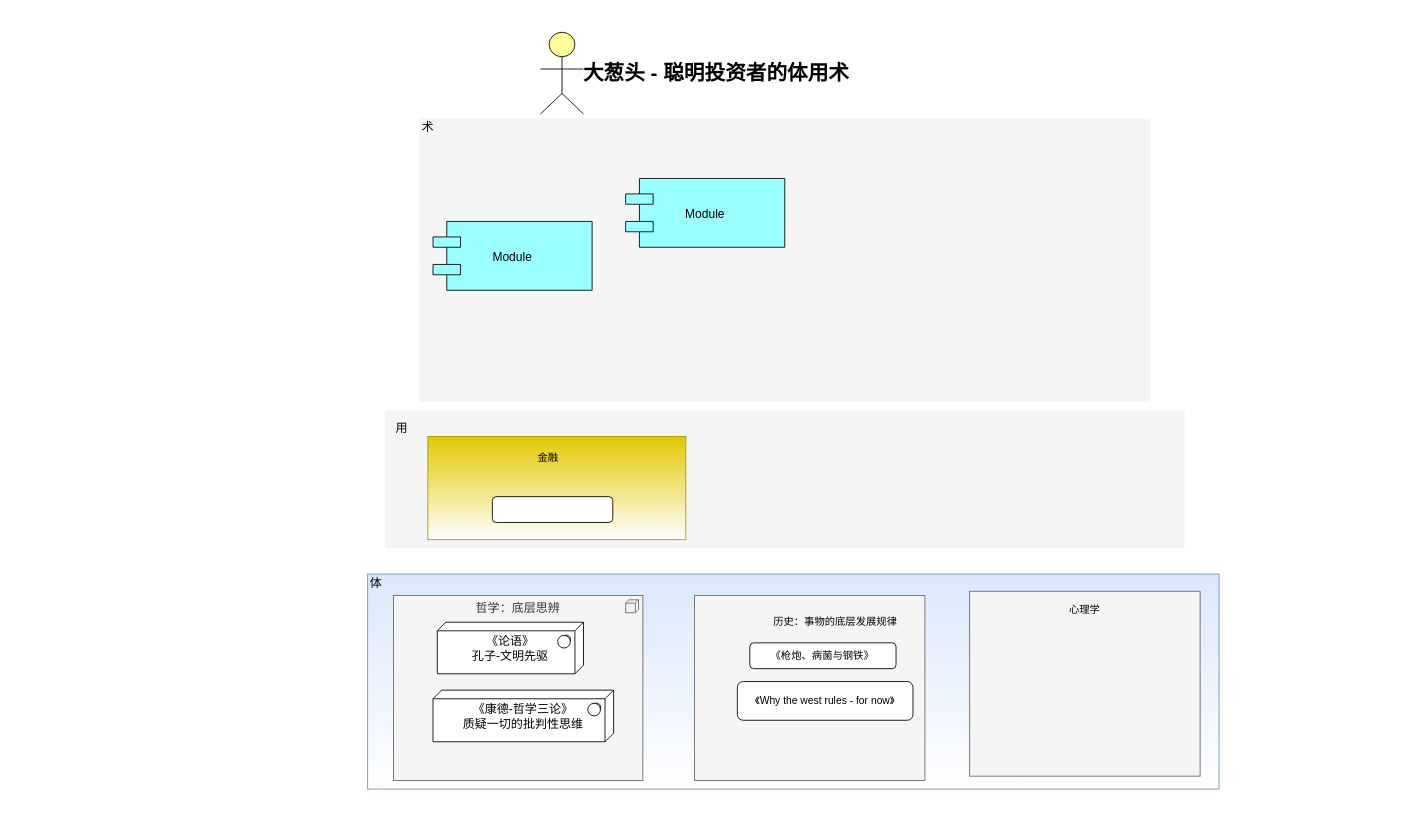
The draw.io diagram investor_books.drawio in eastlakeside/smart-investor, before the edit. Source tidied: cells renumbered, new cells numbered last; positions are measured from the earlier drawing's top-left corner, leaving out a move shared by most shapes. Both pictures are drawn from the tidied source at 86%, with x=0, y=0 at pixel (32, 32).
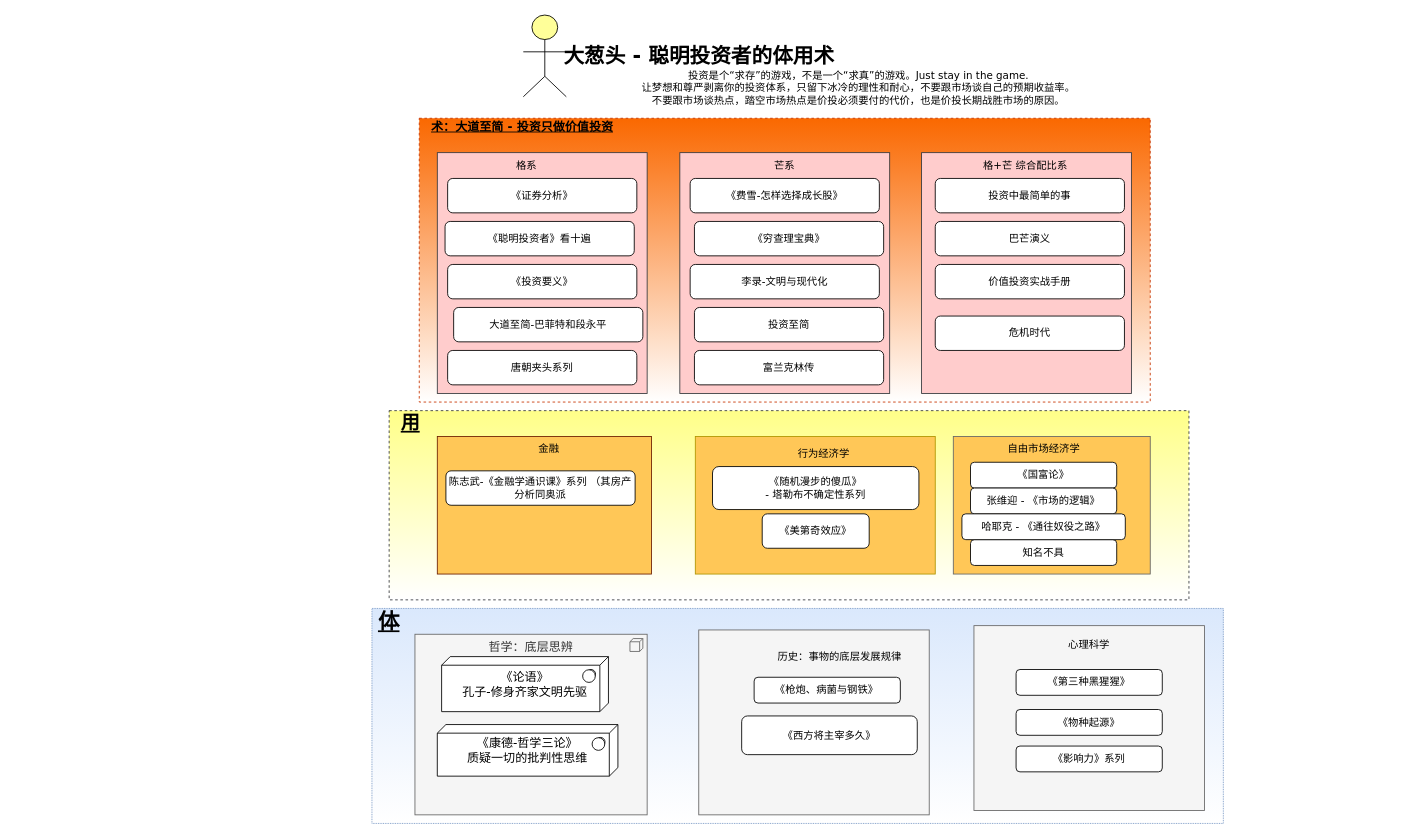
The same page after the edit.

Diff of the diagram source:
```diff
@@
-    <mxCell id="2" style="whiteSpace=wrap;html=1;strokeColor=#6c8ebf;strokeWidth=1;fillColor=#dae8fc;fontSize=14;gradientColor=#ffffff;" parent="1" vertex="1">
-      <mxGeometry x="390" y="630" width="990" height="250" as="geometry" />
+    <mxCell id="2" style="whiteSpace=wrap;html=1;strokeColor=#6c8ebf;strokeWidth=1;fillColor=#dae8fc;fontSize=14;gradientColor=#ffffff;fontFamily=Verdana;dashed=1;dashPattern=1 1;" parent="1" vertex="1">
+      <mxGeometry x="395" y="670" width="990" height="250" as="geometry" />
     </mxCell>
-    <mxCell id="3" style="whiteSpace=wrap;html=1;strokeColor=none;strokeWidth=1;fillColor=#f5f5f5;fontSize=14;" parent="1" vertex="1">
-      <mxGeometry x="410" y="440" width="930" height="160" as="geometry" />
+    <mxCell id="3" style="whiteSpace=wrap;html=1;strokeColor=#36393d;strokeWidth=1;fillColor=#ffff88;fontSize=14;gradientColor=#ffffff;fontFamily=Verdana;dashed=1;" parent="1" vertex="1">
+      <mxGeometry x="415" y="440" width="930" height="220" as="geometry" />
     </mxCell>
-    <mxCell id="4" style="whiteSpace=wrap;html=1;strokeColor=none;strokeWidth=1;fillColor=#f5f5f5;fontSize=14;" parent="1" vertex="1">
+    <mxCell id="4" style="whiteSpace=wrap;html=1;strokeColor=#C73500;strokeWidth=1;fillColor=#fa6800;fontSize=14;fontColor=#000000;gradientColor=#ffffff;fontFamily=Verdana;dashed=1;" parent="1" vertex="1">
       <mxGeometry x="450" y="100" width="850" height="330" as="geometry" />
     </mxCell>
-    <mxCell id="5" value="哲学：底层思辨" style="html=1;whiteSpace=wrap;fillColor=#f5f5f5;shape=mxgraph.archimate3.application;appType=node;archiType=square;fontSize=14;verticalAlign=top;fontColor=#333333;strokeColor=#666666;" parent="1" vertex="1">
-      <mxGeometry x="420" y="655" width="290" height="215" as="geometry" />
+    <mxCell id="5" value="哲学：底层思辨" style="html=1;whiteSpace=wrap;fillColor=#f5f5f5;shape=mxgraph.archimate3.application;appType=node;archiType=square;fontSize=14;verticalAlign=top;fontColor=#333333;strokeColor=#666666;fontFamily=Verdana;" parent="1" vertex="1">
+      <mxGeometry x="445" y="700" width="270" height="210" as="geometry" />
     </mxCell>
-    <mxCell id="6" value="《论语》&lt;div&gt;孔子-文明先驱&lt;/div&gt;" style="html=1;whiteSpace=wrap;shape=mxgraph.archimate3.tech;techType=sysSw;fontSize=14;" parent="1" vertex="1">
-      <mxGeometry x="471" y="686" width="170" height="60" as="geometry" />
+    <mxCell id="6" value="《论语》&lt;div&gt;孔子-修身齐家文明先驱&lt;/div&gt;" style="html=1;whiteSpace=wrap;shape=mxgraph.archimate3.tech;techType=sysSw;fontSize=14;fontFamily=Verdana;" parent="1" vertex="1">
+      <mxGeometry x="476" y="726" width="194" height="64" as="geometry" />
     </mxCell>
-    <mxCell id="7" value="《康德-哲学三论》&lt;br&gt;质疑一切的批判性思维" style="html=1;whiteSpace=wrap;shape=mxgraph.archimate3.tech;techType=sysSw;fontSize=14;" parent="1" vertex="1">
-      <mxGeometry x="466" y="765" width="210" height="60" as="geometry" />
+    <mxCell id="7" value="《康德-哲学三论》&lt;br&gt;质疑一切的批判性思维" style="html=1;whiteSpace=wrap;shape=mxgraph.archimate3.tech;techType=sysSw;fontSize=14;fontFamily=Verdana;" parent="1" vertex="1">
+      <mxGeometry x="471" y="805" width="210" height="60" as="geometry" />
     </mxCell>
-    <mxCell id="8" value="Module" style="shape=component;align=center;fillColor=#99ffff;gradientColor=none;fontSize=14;" parent="1" vertex="1">
-      <mxGeometry x="466" y="220" width="185" height="80" as="geometry" />
-    </mxCell>
-    <mxCell id="9" value="Module" style="shape=component;align=center;fillColor=#99ffff;gradientColor=none;fontSize=14;" parent="1" vertex="1">
-      <mxGeometry x="690" y="170" width="185" height="80" as="geometry" />
-    </mxCell>
-    <mxCell id="10" value="体" style="text;html=1;strokeColor=none;fillColor=none;align=center;verticalAlign=middle;whiteSpace=wrap;fontSize=14;" parent="1" vertex="1">
-      <mxGeometry x="280" y="630" width="240" height="20" as="geometry" />
+    <mxCell id="10" value="体" style="text;html=1;strokeColor=none;fillColor=none;align=center;verticalAlign=middle;whiteSpace=wrap;fontSize=25;fontStyle=5;fontFamily=Verdana;" parent="1" vertex="1">
+      <mxGeometry x="395" y="670" width="40" height="30" as="geometry" />
     </mxCell>
-    <mxCell id="11" value="用" style="text;html=1;strokeColor=none;fillColor=none;align=center;verticalAlign=middle;whiteSpace=wrap;fontSize=14;" parent="1" vertex="1">
-      <mxGeometry x="310" y="450" width="240" height="20" as="geometry" />
+    <mxCell id="11" value="用" style="text;html=1;strokeColor=none;fillColor=none;align=center;verticalAlign=middle;whiteSpace=wrap;fontSize=22;fontStyle=5;fontFamily=Verdana;" parent="1" vertex="1">
+      <mxGeometry x="420" y="440" width="40" height="30" as="geometry" />
     </mxCell>
-    <mxCell id="12" value="术" style="text;html=1;strokeColor=none;fillColor=none;align=center;verticalAlign=middle;whiteSpace=wrap;fontSize=14;" parent="1" vertex="1">
-      <mxGeometry x="340" y="100" width="240" height="20" as="geometry" />
+    <mxCell id="12" value="术：大道至简 - 投资只做价值投资" style="text;html=1;strokeColor=none;fillColor=none;align=center;verticalAlign=middle;whiteSpace=wrap;fontSize=14;fontStyle=5;fontFamily=Verdana;" parent="1" vertex="1">
+      <mxGeometry x="450" y="100" width="240" height="20" as="geometry" />
     </mxCell>
-    <mxCell id="13" style="html=1;whiteSpace=wrap;fillColor=#ffff99;shape=mxgraph.archimate3.actor;fontSize=14;" parent="1" vertex="1">
-      <mxGeometry x="591" width="50" height="95" as="geometry" />
+    <mxCell id="13" style="html=1;whiteSpace=wrap;fillColor=#ffff99;shape=mxgraph.archimate3.actor;fontSize=14;fontFamily=Verdana;" parent="1" vertex="1">
+      <mxGeometry x="571" y="-20" width="50" height="95" as="geometry" />
     </mxCell>
-    <mxCell id="14" value="大葱头 - 聪明投资者的体用术" style="text;strokeColor=none;fillColor=none;html=1;fontSize=24;fontStyle=1;verticalAlign=middle;align=center;" parent="1" vertex="1">
-      <mxGeometry y="27.5" width="1590" height="40" as="geometry" />
+    <mxCell id="14" value="大葱头 - 聪明投资者的体用术" style="text;strokeColor=none;fillColor=none;html=1;fontSize=24;fontStyle=1;verticalAlign=middle;align=center;fontFamily=Verdana;" parent="1" vertex="1">
+      <mxGeometry x="-20" y="7.5" width="1590" height="40" as="geometry" />
     </mxCell>
-    <mxCell id="15" style="rounded=0;whiteSpace=wrap;html=1;fillColor=#f5f5f5;strokeColor=#666666;fontColor=#333333;" parent="1" vertex="1">
-      <mxGeometry x="770" y="655" width="268" height="215" as="geometry" />
+    <mxCell id="15" style="rounded=0;whiteSpace=wrap;html=1;fillColor=#f5f5f5;strokeColor=#666666;fontColor=#333333;fontFamily=Verdana;" parent="1" vertex="1">
+      <mxGeometry x="775" y="695" width="268" height="215" as="geometry" />
     </mxCell>
-    <mxCell id="16" value="历史：事物的底层发展规律" style="text;html=1;strokeColor=none;fillColor=none;align=center;verticalAlign=middle;whiteSpace=wrap;rounded=0;" parent="1" vertex="1">
-      <mxGeometry x="834.4" y="672" width="199.8" height="28" as="geometry" />
+    <mxCell id="16" value="历史：事物的底层发展规律" style="text;html=1;strokeColor=none;fillColor=none;align=center;verticalAlign=middle;whiteSpace=wrap;rounded=0;fontFamily=Verdana;" parent="1" vertex="1">
+      <mxGeometry x="839.4" y="712" width="199.8" height="28" as="geometry" />
     </mxCell>
-    <mxCell id="17" value="《枪炮、病菌与钢铁》" style="rounded=1;whiteSpace=wrap;html=1;" parent="1" vertex="1">
-      <mxGeometry x="834.4" y="710" width="170" height="30" as="geometry" />
+    <mxCell id="17" value="《枪炮、病菌与钢铁》" style="rounded=1;whiteSpace=wrap;html=1;fontFamily=Verdana;" parent="1" vertex="1">
+      <mxGeometry x="839.4" y="750" width="170" height="30" as="geometry" />
     </mxCell>
-    <mxCell id="18" value="《Why the west rules - for now》" style="rounded=1;whiteSpace=wrap;html=1;" parent="1" vertex="1">
-      <mxGeometry x="819.9" y="755" width="204.2" height="45" as="geometry" />
+    <mxCell id="18" value="《西方将主宰多久》" style="rounded=1;whiteSpace=wrap;html=1;fontFamily=Verdana;" parent="1" vertex="1">
+      <mxGeometry x="824.9" y="795" width="204.2" height="45" as="geometry" />
     </mxCell>
-    <mxCell id="19" style="rounded=0;whiteSpace=wrap;html=1;fillColor=#e3c800;fontColor=#000000;strokeColor=#B09500;gradientColor=#ffffff;" parent="1" vertex="1">
-      <mxGeometry x="460" y="470" width="300" height="120" as="geometry" />
+    <mxCell id="19" style="rounded=0;whiteSpace=wrap;html=1;fillColor=#FFC757;fontColor=#ffffff;strokeColor=#6D1F00;fontFamily=Verdana;" parent="1" vertex="1">
+      <mxGeometry x="471" y="470" width="249" height="160" as="geometry" />
     </mxCell>
-    <mxCell id="20" style="rounded=1;whiteSpace=wrap;html=1;" parent="1" vertex="1">
-      <mxGeometry x="535" y="540" width="140" height="30" as="geometry" />
+    <mxCell id="20" value="陈志武-《金融学通识课》系列 （其房产分析同奥派" style="rounded=1;whiteSpace=wrap;html=1;fontFamily=Verdana;" parent="1" vertex="1">
+      <mxGeometry x="481" y="510" width="220" height="40" as="geometry" />
     </mxCell>
-    <mxCell id="21" value="金融" style="text;html=1;strokeColor=none;fillColor=none;align=center;verticalAlign=middle;whiteSpace=wrap;rounded=0;" parent="1" vertex="1">
-      <mxGeometry x="570" y="480" width="60" height="30" as="geometry" />
+    <mxCell id="21" value="金融" style="text;html=1;strokeColor=none;fillColor=none;align=center;verticalAlign=middle;whiteSpace=wrap;rounded=0;fontFamily=Verdana;" parent="1" vertex="1">
+      <mxGeometry x="571" y="470" width="60" height="30" as="geometry" />
     </mxCell>
-    <mxCell id="22" style="rounded=0;whiteSpace=wrap;html=1;fillColor=#f5f5f5;strokeColor=#666666;fontColor=#333333;" parent="1" vertex="1">
-      <mxGeometry x="1090" y="650" width="268" height="215" as="geometry" />
+    <mxCell id="22" style="rounded=0;whiteSpace=wrap;html=1;fillColor=#f5f5f5;strokeColor=#666666;fontColor=#333333;fontFamily=Verdana;" parent="1" vertex="1">
+      <mxGeometry x="1095" y="690" width="268" height="215" as="geometry" />
     </mxCell>
-    <mxCell id="23" value="心理学" style="text;html=1;strokeColor=none;fillColor=none;align=center;verticalAlign=middle;whiteSpace=wrap;rounded=0;" parent="1" vertex="1">
-      <mxGeometry x="1124.1" y="658" width="199.8" height="28" as="geometry" />
+    <mxCell id="23" value="心理科学" style="text;html=1;strokeColor=none;fillColor=none;align=center;verticalAlign=middle;whiteSpace=wrap;rounded=0;fontFamily=Verdana;" parent="1" vertex="1">
+      <mxGeometry x="1129.1" y="698" width="199.8" height="28" as="geometry" />
     </mxCell>
+    <mxCell id="24" value="《物种起源》" style="rounded=1;whiteSpace=wrap;html=1;fontFamily=Verdana;" parent="1" vertex="1">
+      <mxGeometry x="1144" y="787.5" width="170" height="30" as="geometry" />
+    </mxCell>
+    <mxCell id="25" value="《第三种黑猩猩》" style="rounded=1;whiteSpace=wrap;html=1;fontFamily=Verdana;" parent="1" vertex="1">
+      <mxGeometry x="1144" y="741" width="170" height="30" as="geometry" />
+    </mxCell>
+    <mxCell id="26" value="《影响力》系列" style="rounded=1;whiteSpace=wrap;html=1;fontFamily=Verdana;" parent="1" vertex="1">
+      <mxGeometry x="1144" y="830" width="170" height="30" as="geometry" />
+    </mxCell>
+    <mxCell id="27" style="rounded=0;whiteSpace=wrap;html=1;fillColor=#FFC757;fontColor=#000000;strokeColor=#B09500;gradientColor=none;fontFamily=Verdana;" parent="1" vertex="1">
+      <mxGeometry x="771" y="470" width="279" height="160" as="geometry" />
+    </mxCell>
+    <mxCell id="28" value="行为经济学" style="text;html=1;strokeColor=none;fillColor=none;align=center;verticalAlign=middle;whiteSpace=wrap;rounded=0;fontFamily=Verdana;" parent="1" vertex="1">
+      <mxGeometry x="867.9" y="480" width="105" height="20" as="geometry" />
+    </mxCell>
+    <mxCell id="29" value="《随机漫步的傻瓜》&lt;br&gt;- 塔勒布不确定性系列" style="rounded=1;whiteSpace=wrap;html=1;fontFamily=Verdana;" parent="1" vertex="1">
+      <mxGeometry x="791" y="505" width="240" height="50" as="geometry" />
+    </mxCell>
+    <mxCell id="30" value="&lt;span&gt;《美第奇效应》&lt;/span&gt;" style="rounded=1;whiteSpace=wrap;html=1;gradientColor=#ffffff;fontFamily=Verdana;" parent="1" vertex="1">
+      <mxGeometry x="848.8" y="560" width="124.4" height="40" as="geometry" />
+    </mxCell>
+    <mxCell id="31" style="rounded=0;whiteSpace=wrap;html=1;fillColor=#FFC757;strokeColor=#666666;fontColor=#333333;fontFamily=Verdana;" parent="1" vertex="1">
+      <mxGeometry x="1071" y="470" width="229" height="160" as="geometry" />
+    </mxCell>
+    <mxCell id="32" value="自由市场经济学" style="text;html=1;strokeColor=none;fillColor=none;align=center;verticalAlign=middle;whiteSpace=wrap;rounded=0;fontFamily=Verdana;" parent="1" vertex="1">
+      <mxGeometry x="1115.5" y="480" width="121" height="10" as="geometry" />
+    </mxCell>
+    <mxCell id="33" value="《国富论》" style="rounded=1;whiteSpace=wrap;html=1;gradientColor=#ffffff;fontFamily=Verdana;" parent="1" vertex="1">
+      <mxGeometry x="1091" y="500" width="170" height="30" as="geometry" />
+    </mxCell>
+    <mxCell id="34" value="张维迎 - 《市场的逻辑》" style="rounded=1;whiteSpace=wrap;html=1;gradientColor=#ffffff;fontFamily=Verdana;" parent="1" vertex="1">
+      <mxGeometry x="1091" y="530" width="170" height="30" as="geometry" />
+    </mxCell>
+    <mxCell id="35" value="知名不具" style="rounded=1;whiteSpace=wrap;html=1;gradientColor=#ffffff;fontFamily=Verdana;" parent="1" vertex="1">
+      <mxGeometry x="1091" y="590" width="170" height="30" as="geometry" />
+    </mxCell>
+    <mxCell id="36" value="哈耶克 - 《通往奴役之路》" style="rounded=1;whiteSpace=wrap;html=1;gradientColor=#ffffff;fontFamily=Verdana;" parent="1" vertex="1">
+      <mxGeometry x="1081" y="560" width="190" height="30" as="geometry" />
+    </mxCell>
+    <mxCell id="37" style="rounded=0;whiteSpace=wrap;html=1;fillColor=#ffcccc;strokeColor=#36393d;fontFamily=Verdana;" parent="1" vertex="1">
+      <mxGeometry x="471" y="140" width="244" height="280" as="geometry" />
+    </mxCell>
+    <mxCell id="38" value="格系" style="text;html=1;strokeColor=none;fillColor=none;align=center;verticalAlign=middle;whiteSpace=wrap;rounded=0;fontFamily=Verdana;" parent="1" vertex="1">
+      <mxGeometry x="520" y="150" width="110" height="10" as="geometry" />
+    </mxCell>
+    <mxCell id="39" style="rounded=0;whiteSpace=wrap;html=1;fillColor=#ffcccc;strokeColor=#36393d;fontFamily=Verdana;" parent="1" vertex="1">
+      <mxGeometry x="753" y="140" width="244" height="280" as="geometry" />
+    </mxCell>
+    <mxCell id="40" value="芒系" style="text;html=1;strokeColor=none;fillColor=none;align=center;verticalAlign=middle;whiteSpace=wrap;rounded=0;fontFamily=Verdana;" parent="1" vertex="1">
+      <mxGeometry x="819.9" y="150" width="110" height="10" as="geometry" />
+    </mxCell>
+    <mxCell id="41" style="rounded=0;whiteSpace=wrap;html=1;fillColor=#ffcccc;strokeColor=#36393d;fontFamily=Verdana;" parent="1" vertex="1">
+      <mxGeometry x="1034.1" y="140" width="244" height="280" as="geometry" />
+    </mxCell>
+    <mxCell id="42" value="格+芒 综合配比系" style="text;html=1;strokeColor=none;fillColor=none;align=center;verticalAlign=middle;whiteSpace=wrap;rounded=0;fontFamily=Verdana;" parent="1" vertex="1">
+      <mxGeometry x="1090" y="145" width="130" height="20" as="geometry" />
+    </mxCell>
+    <mxCell id="43" value="《证券分析》" style="rounded=1;whiteSpace=wrap;html=1;fontFamily=Verdana;" parent="1" vertex="1">
+      <mxGeometry x="483" y="170" width="220" height="40" as="geometry" />
+    </mxCell>
+    <mxCell id="44" value="《聪明投资者》看十遍" style="rounded=1;whiteSpace=wrap;html=1;fontFamily=Verdana;" parent="1" vertex="1">
+      <mxGeometry x="480" y="220" width="220" height="40" as="geometry" />
+    </mxCell>
+    <mxCell id="45" value="《投资要义》" style="rounded=1;whiteSpace=wrap;html=1;fontFamily=Verdana;" parent="1" vertex="1">
+      <mxGeometry x="483" y="270" width="220" height="40" as="geometry" />
+    </mxCell>
+    <mxCell id="46" value="大道至简-巴菲特和段永平" style="rounded=1;whiteSpace=wrap;html=1;fontFamily=Verdana;" parent="1" vertex="1">
+      <mxGeometry x="490" y="320" width="220" height="40" as="geometry" />
+    </mxCell>
+    <mxCell id="47" value="唐朝夹头系列" style="rounded=1;whiteSpace=wrap;html=1;fontFamily=Verdana;" parent="1" vertex="1">
+      <mxGeometry x="483" y="370" width="220" height="40" as="geometry" />
+    </mxCell>
+    <mxCell id="48" value="《费雪-怎样选择成长股》" style="rounded=1;whiteSpace=wrap;html=1;fontFamily=Verdana;" parent="1" vertex="1">
+      <mxGeometry x="765" y="170" width="220" height="40" as="geometry" />
+    </mxCell>
+    <mxCell id="49" value="《穷查理宝典》" style="rounded=1;whiteSpace=wrap;html=1;fontFamily=Verdana;" parent="1" vertex="1">
+      <mxGeometry x="770" y="220" width="220" height="40" as="geometry" />
+    </mxCell>
+    <mxCell id="50" value="李录-文明与现代化" style="rounded=1;whiteSpace=wrap;html=1;fontFamily=Verdana;" parent="1" vertex="1">
+      <mxGeometry x="765" y="270" width="220" height="40" as="geometry" />
+    </mxCell>
+    <mxCell id="51" value="投资至简" style="rounded=1;whiteSpace=wrap;html=1;fontFamily=Verdana;" parent="1" vertex="1">
+      <mxGeometry x="770" y="320" width="220" height="40" as="geometry" />
+    </mxCell>
+    <mxCell id="52" value="投资中最简单的事" style="rounded=1;whiteSpace=wrap;html=1;fontFamily=Verdana;" parent="1" vertex="1">
+      <mxGeometry x="1050" y="170" width="220" height="40" as="geometry" />
+    </mxCell>
+    <mxCell id="53" value="富兰克林传" style="rounded=1;whiteSpace=wrap;html=1;fontFamily=Verdana;" parent="1" vertex="1">
+      <mxGeometry x="770" y="370" width="220" height="40" as="geometry" />
+    </mxCell>
+    <mxCell id="54" value="巴芒演义" style="rounded=1;whiteSpace=wrap;html=1;fontFamily=Verdana;" parent="1" vertex="1">
+      <mxGeometry x="1050" y="220" width="220" height="40" as="geometry" />
+    </mxCell>
+    <mxCell id="55" value="价值投资实战手册" style="rounded=1;whiteSpace=wrap;html=1;fontFamily=Verdana;" parent="1" vertex="1">
+      <mxGeometry x="1050" y="270" width="220" height="40" as="geometry" />
+    </mxCell>
+    <mxCell id="56" value="危机时代" style="rounded=1;whiteSpace=wrap;html=1;fontFamily=Verdana;" parent="1" vertex="1">
+      <mxGeometry x="1050" y="330" width="220" height="40" as="geometry" />
+    </mxCell>
+    <mxCell id="57" value="投资是个“求存”的游戏，不是一个“求真”的游戏。Just stay in the game.&lt;br&gt;让梦想和尊严剥离你的投资体系，只留下冰冷的理性和耐心，不要跟市场谈自己的预期收益率。&lt;br&gt;不要跟市场谈热点，踏空市场热点是价投必须要付的代价，也是价投长期战胜市场的原因。" style="text;html=1;strokeColor=none;fillColor=none;align=center;verticalAlign=middle;whiteSpace=wrap;rounded=0;fontFamily=Verdana;" parent="1" vertex="1">
+      <mxGeometry x="621" y="30" width="680" height="70" as="geometry" />
+    </mxCell>
```
